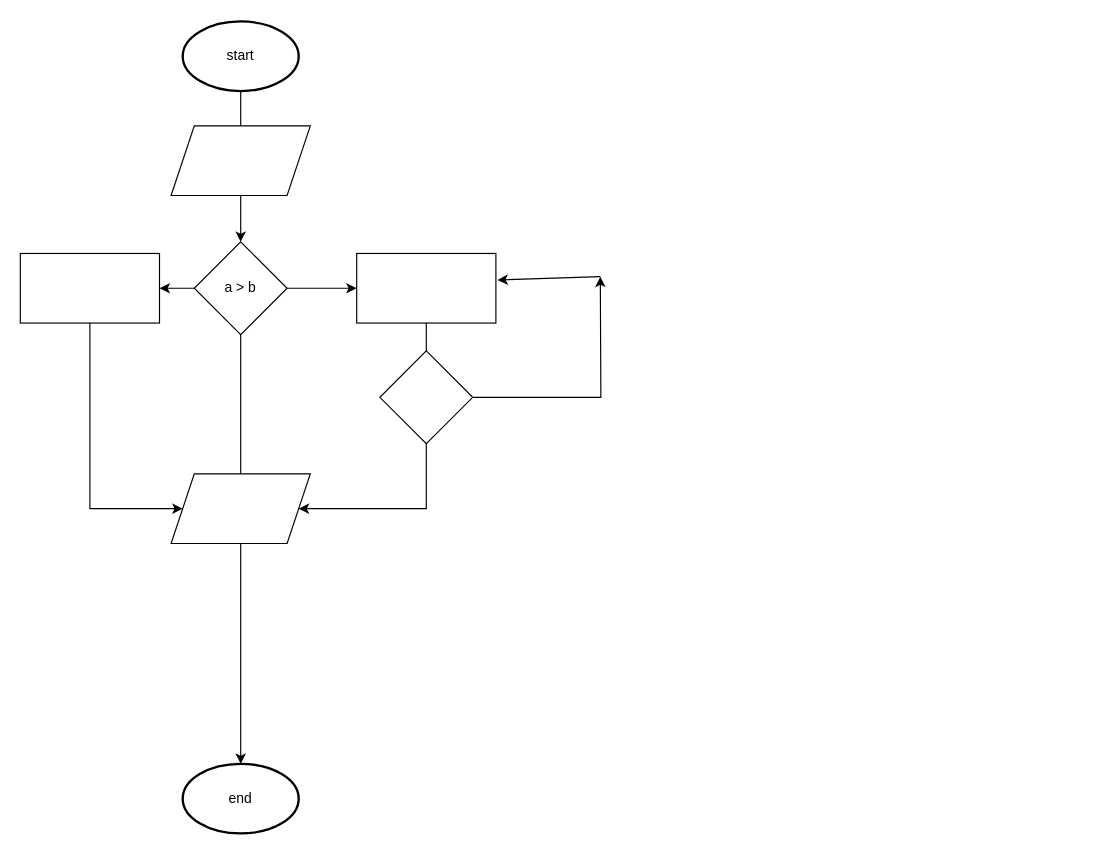
maboglia/ITS2026_ACA keeps this draw.io diagram as page "dal problema all'algoritmo" (1 of 12) of ACA2026.drawio. Above is the earlier version. Source tidied: cells renumbered, new cells numbered last; positions are measured from the earlier drawing's top-left corner, leaving out a move shared by most shapes. Both pictures are drawn from the tidied source at 116%, with x=0, y=0 at pixel (20, 21).
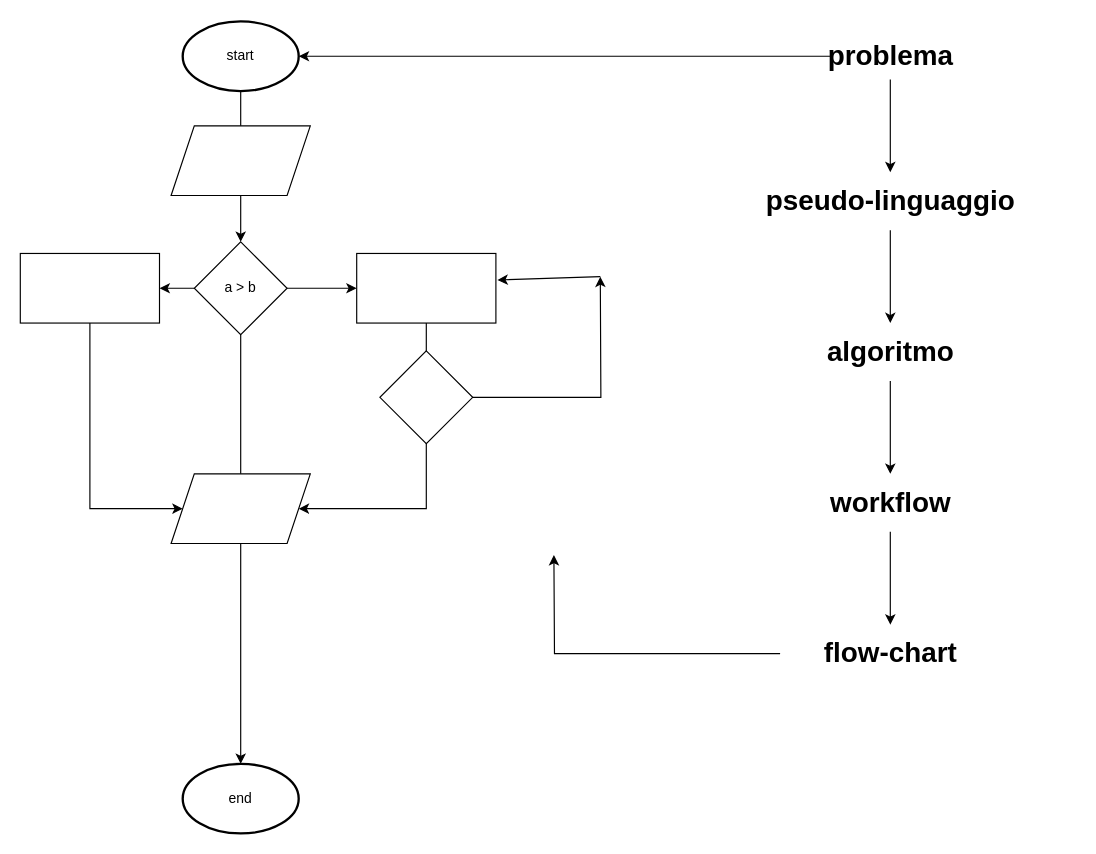
Above is the later version.

Unchanged cells that the change refers to:
```xml
<mxCell id="3" value="start" style="strokeWidth=2;html=1;shape=mxgraph.flowchart.start_1;whiteSpace=wrap;" parent="1" vertex="1">
  <mxGeometry x="140" width="100" height="60" as="geometry" />
</mxCell>
```

What changed in the source:
```diff
@@
+    <mxCell id="18" style="edgeStyle=orthogonalEdgeStyle;rounded=0;jettySize=auto;html=1;" parent="1" edge="1" source="19" target="22">
+      <mxGeometry relative="1" as="geometry" />
+    </mxCell>
+    <mxCell id="19" value="problema" style="text;strokeColor=none;fillColor=none;html=1;fontSize=24;fontStyle=1;verticalAlign=middle;align=center;" parent="1" vertex="1">
+      <mxGeometry x="700" y="10" width="100" height="40" as="geometry" />
+    </mxCell>
+    <mxCell id="20" style="edgeStyle=orthogonalEdgeStyle;rounded=0;jettySize=auto;html=1;exitX=0;exitY=0.5;exitDx=0;exitDy=0;entryX=1;entryY=0.5;entryDx=0;entryDy=0;entryPerimeter=0;" parent="1" edge="1" source="19" target="3">
+      <mxGeometry relative="1" as="geometry" />
+    </mxCell>
+    <mxCell id="21" style="edgeStyle=orthogonalEdgeStyle;rounded=0;jettySize=auto;html=1;" parent="1" edge="1" source="22" target="24">
+      <mxGeometry relative="1" as="geometry" />
+    </mxCell>
+    <mxCell id="22" value="pseudo-linguaggio" style="text;strokeColor=none;fillColor=none;html=1;fontSize=24;fontStyle=1;verticalAlign=middle;align=center;" parent="1" vertex="1">
+      <mxGeometry x="590" y="130" width="320" height="50" as="geometry" />
+    </mxCell>
+    <mxCell id="23" style="edgeStyle=orthogonalEdgeStyle;rounded=0;jettySize=auto;html=1;" parent="1" edge="1" source="24" target="26">
+      <mxGeometry relative="1" as="geometry" />
+    </mxCell>
+    <mxCell id="24" value="algoritmo" style="text;strokeColor=none;fillColor=none;html=1;fontSize=24;fontStyle=1;verticalAlign=middle;align=center;" parent="1" vertex="1">
+      <mxGeometry x="655" y="260" width="190" height="50" as="geometry" />
+    </mxCell>
+    <mxCell id="25" style="edgeStyle=orthogonalEdgeStyle;rounded=0;jettySize=auto;html=1;" parent="1" edge="1" source="26" target="28">
+      <mxGeometry relative="1" as="geometry" />
+    </mxCell>
+    <mxCell id="26" value="workflow" style="text;strokeColor=none;fillColor=none;html=1;fontSize=24;fontStyle=1;verticalAlign=middle;align=center;" parent="1" vertex="1">
+      <mxGeometry x="655" y="390" width="190" height="50" as="geometry" />
+    </mxCell>
+    <mxCell id="27" style="edgeStyle=orthogonalEdgeStyle;rounded=0;jettySize=auto;html=1;exitX=0;exitY=0.5;exitDx=0;exitDy=0;" parent="1" edge="1" source="28">
+      <mxGeometry relative="1" as="geometry">
+        <mxPoint x="460" y="460" as="targetPoint" />
+      </mxGeometry>
+    </mxCell>
+    <mxCell id="28" value="flow-chart" style="text;strokeColor=none;fillColor=none;html=1;fontSize=24;fontStyle=1;verticalAlign=middle;align=center;" parent="1" vertex="1">
+      <mxGeometry x="655" y="520" width="190" height="50" as="geometry" />
+    </mxCell>
```
